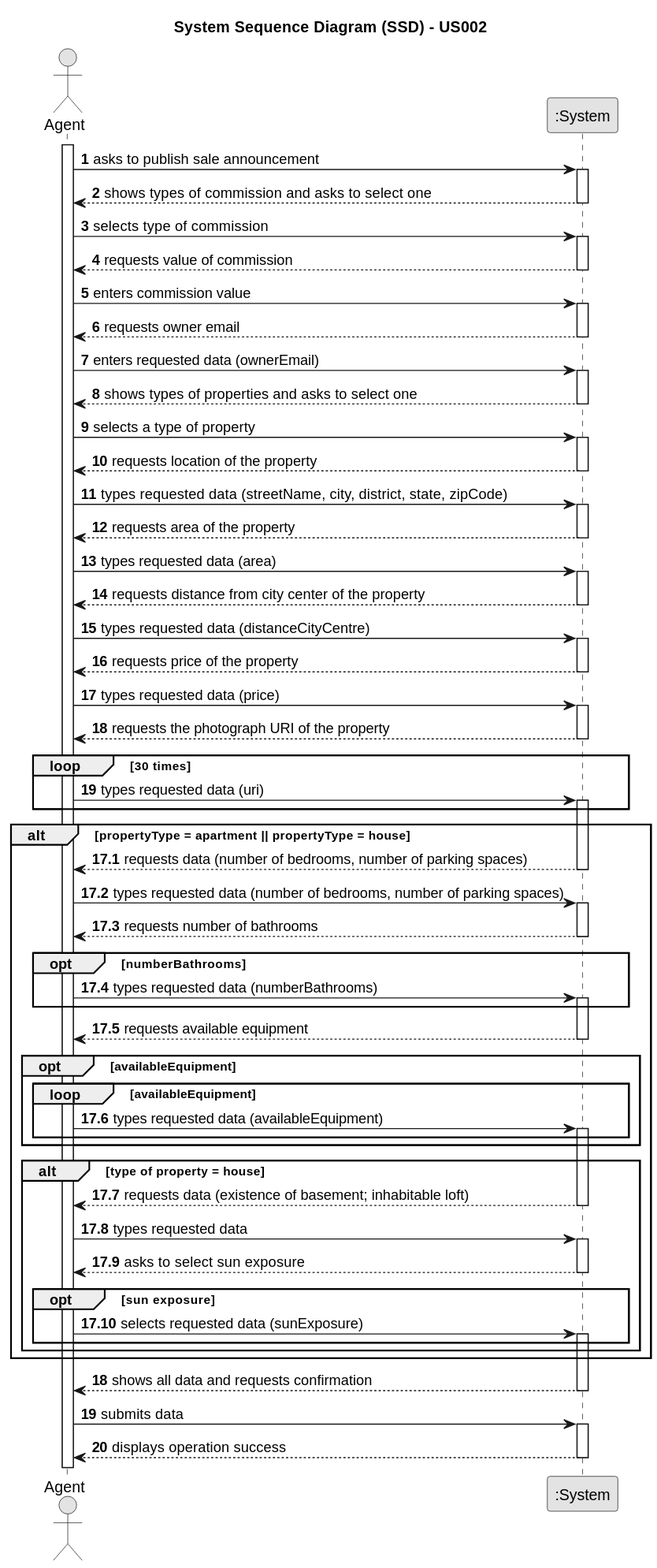
Before: docs/sprintB/us002/01.requirements-engineering/svg/us002-system-sequence-diagram.svg, a diagram exported from PlantUML (rita-barbosa/LAPR2-2223).
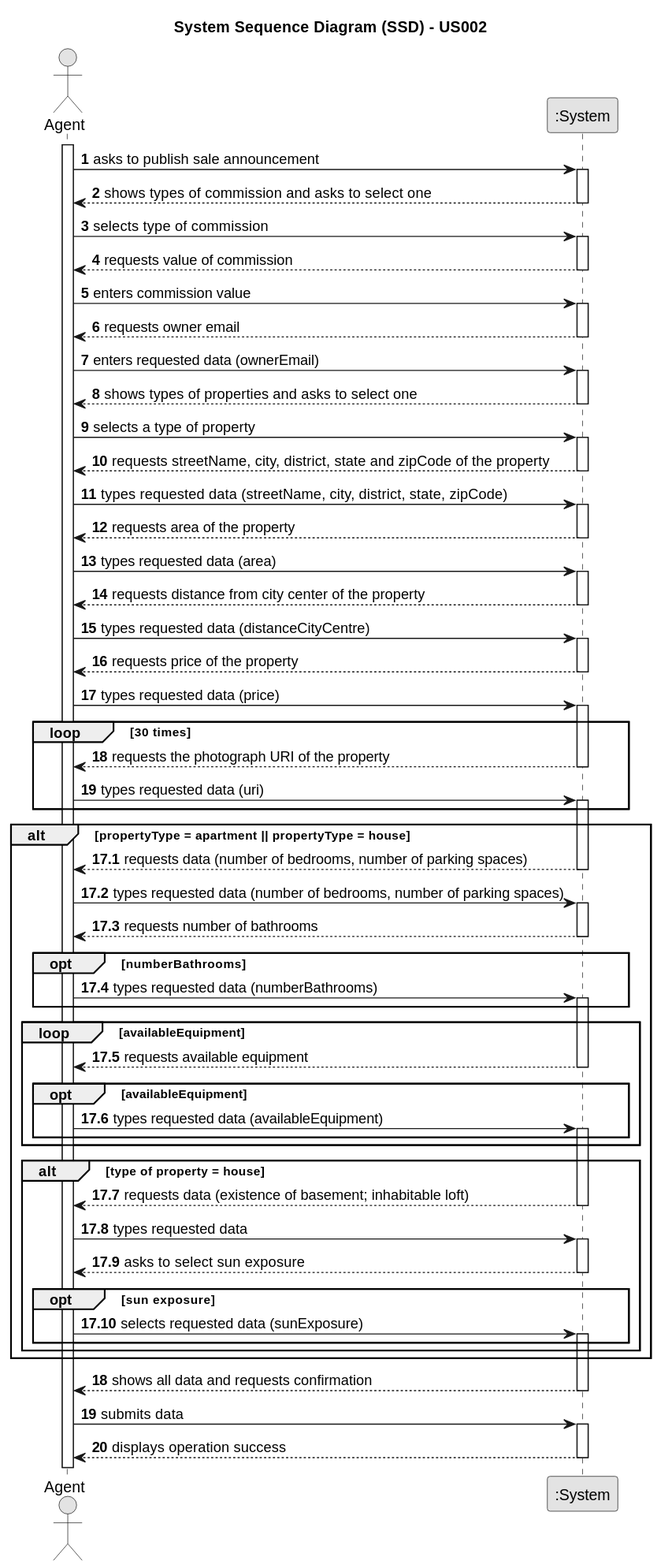
Later version of the same file.

Diff of the diagram source:
```diff
@@ -39,7 +39,7 @@
     Employee -> System : selects a type of property
     activate System
 
-    System --> Employee : requests location of the property
+    System --> Employee : requests streetName, city, district, state and zipCode of the property
     deactivate System
 
     Employee -> System : types requested data (streetName, city, district, state, zipCode)
@@ -63,13 +63,12 @@
     Employee -> System : types requested data (price)
     activate System
 
-    System --> Employee : requests the photograph URI of the property
+        loop 30 times
+        System --> Employee : requests the photograph URI of the property
         deactivate System
-
-            loop 30 times
-            Employee -> System : types requested data (uri)
-            activate System
-            end loop
+        Employee -> System : types requested data (uri)
+        activate System
+        end loop
 
 
     alt propertyType = apartment || propertyType = house
@@ -90,15 +89,14 @@
             activate System
             end opt
 
+        loop availableEquipment
         System --> Employee : requests available equipment
         deactivate System
-
             opt availableEquipment
-                loop availableEquipment
                 Employee -> System : types requested data (availableEquipment)
                 activate System
-                end loop
             end opt
+        end loop
 
         alt type of property = house
 
```
